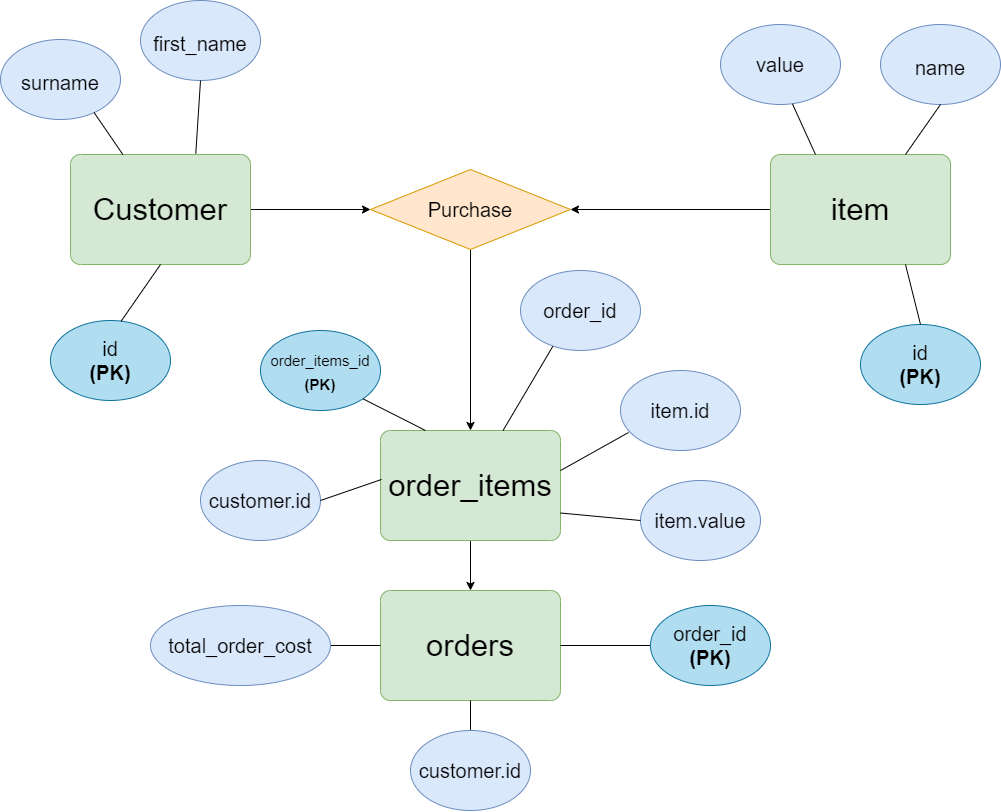
The draw.io diagram Documentation/Entity_Relationship_Model_Diagram.png in aliktb/IMS-Starter, before a commit. Source tidied: cells renumbered, new cells last; positions are measured from the earlier drawing's top-left corner, leaving out a move shared by most shapes. Source of this version:
```xml
<mxGraphModel>
  <root>
    <mxCell id="0" />
    <mxCell id="1" parent="0" />
    <mxCell id="2" style="edgeStyle=orthogonalEdgeStyle;rounded=0;jettySize=auto;html=1;exitX=1;exitY=0.5;exitDx=0;exitDy=0;entryX=0;entryY=0.5;entryDx=0;entryDy=0;fontSize=20;endArrow=classic;endFill=1;" parent="1" edge="1" source="3" target="19">
      <mxGeometry relative="1" as="geometry" />
    </mxCell>
    <mxCell id="3" value="Customer" style="rounded=1;whiteSpace=wrap;html=1;arcSize=9;fontSize=31;fillColor=#d5e8d4;strokeColor=#82b366;" parent="1" vertex="1">
      <mxGeometry x="70" y="154" width="180" height="110" as="geometry" />
    </mxCell>
    <mxCell id="4" value="&lt;font style=&quot;font-size: 20px&quot;&gt;first_name&lt;/font&gt;" style="ellipse;whiteSpace=wrap;html=1;fontSize=31;fillColor=#dae8fc;strokeColor=#6c8ebf;" parent="1" vertex="1">
      <mxGeometry x="140" width="120" height="80" as="geometry" />
    </mxCell>
    <mxCell id="5" value="&lt;font style=&quot;font-size: 20px&quot;&gt;surname&lt;/font&gt;" style="ellipse;whiteSpace=wrap;html=1;fontSize=31;fillColor=#dae8fc;strokeColor=#6c8ebf;" parent="1" vertex="1">
      <mxGeometry y="39" width="120" height="80" as="geometry" />
    </mxCell>
    <mxCell id="6" value="id&lt;br&gt;&lt;b&gt;(PK)&lt;/b&gt;" style="ellipse;whiteSpace=wrap;html=1;fontSize=20;fillColor=#b1ddf0;strokeColor=#10739e;" parent="1" vertex="1">
      <mxGeometry x="50" y="320" width="120" height="80" as="geometry" />
    </mxCell>
    <mxCell id="7" style="endArrow=none;html=1;rounded=0;fontSize=20;exitX=0.588;exitY=0.01;exitDx=0;exitDy=0;entryX=0.5;entryY=1;entryDx=0;entryDy=0;endFill=0;exitPerimeter=0;" parent="1" edge="1" source="6" target="3">
      <mxGeometry relative="1" as="geometry" />
    </mxCell>
    <mxCell id="8" style="endArrow=none;html=1;rounded=0;fontSize=20;exitX=0.78;exitY=0.913;exitDx=0;exitDy=0;endFill=0;exitPerimeter=0;" parent="1" edge="1" source="5" target="3">
      <mxGeometry relative="1" as="geometry" />
    </mxCell>
    <mxCell id="9" style="endArrow=none;html=1;rounded=0;fontSize=20;exitX=0.5;exitY=1;exitDx=0;exitDy=0;entryX=0.696;entryY=-0.008;entryDx=0;entryDy=0;entryPerimeter=0;endFill=0;" parent="1" edge="1" source="4" target="3">
      <mxGeometry relative="1" as="geometry" />
    </mxCell>
    <mxCell id="10" style="edgeStyle=orthogonalEdgeStyle;rounded=0;jettySize=auto;html=1;exitX=0;exitY=0.5;exitDx=0;exitDy=0;entryX=1;entryY=0.5;entryDx=0;entryDy=0;fontSize=20;endArrow=classic;endFill=1;" parent="1" edge="1" source="11" target="19">
      <mxGeometry relative="1" as="geometry" />
    </mxCell>
    <mxCell id="11" value="item" style="rounded=1;whiteSpace=wrap;html=1;arcSize=9;fontSize=31;fillColor=#d5e8d4;strokeColor=#82b366;" parent="1" vertex="1">
      <mxGeometry x="770" y="154" width="180" height="110" as="geometry" />
    </mxCell>
    <mxCell id="12" value="&lt;font style=&quot;font-size: 20px&quot;&gt;name&lt;/font&gt;" style="ellipse;whiteSpace=wrap;html=1;fontSize=31;fillColor=#dae8fc;strokeColor=#6c8ebf;" parent="1" vertex="1">
      <mxGeometry x="880" y="24" width="120" height="80" as="geometry" />
    </mxCell>
    <mxCell id="13" value="id&lt;br&gt;&lt;b&gt;(PK)&lt;/b&gt;" style="ellipse;whiteSpace=wrap;html=1;fontSize=20;fillColor=#b1ddf0;strokeColor=#10739e;" parent="1" vertex="1">
      <mxGeometry x="860" y="324" width="120" height="80" as="geometry" />
    </mxCell>
    <mxCell id="14" value="value" style="ellipse;whiteSpace=wrap;html=1;fontSize=20;fillColor=#dae8fc;strokeColor=#6c8ebf;" parent="1" vertex="1">
      <mxGeometry x="720" y="24" width="120" height="80" as="geometry" />
    </mxCell>
    <mxCell id="15" style="endArrow=none;html=1;rounded=0;fontSize=20;exitX=0.5;exitY=0;exitDx=0;exitDy=0;entryX=0.75;entryY=1;entryDx=0;entryDy=0;endFill=0;" parent="1" edge="1" source="13" target="11">
      <mxGeometry relative="1" as="geometry" />
    </mxCell>
    <mxCell id="16" style="endArrow=none;html=1;rounded=0;fontSize=20;entryX=0.5;entryY=1;entryDx=0;entryDy=0;exitX=0.75;exitY=0;exitDx=0;exitDy=0;" parent="1" edge="1" source="11" target="12">
      <mxGeometry relative="1" as="geometry" />
    </mxCell>
    <mxCell id="17" style="endArrow=none;html=1;rounded=0;fontSize=20;entryX=0.599;entryY=0.991;entryDx=0;entryDy=0;exitX=0.25;exitY=0;exitDx=0;exitDy=0;entryPerimeter=0;" parent="1" edge="1" source="11" target="14">
      <mxGeometry relative="1" as="geometry" />
    </mxCell>
    <mxCell id="18" style="edgeStyle=orthogonalEdgeStyle;rounded=0;jettySize=auto;html=1;exitX=0.5;exitY=1;exitDx=0;exitDy=0;entryX=0.5;entryY=0;entryDx=0;entryDy=0;fontSize=20;endArrow=classic;endFill=1;" parent="1" edge="1" source="19" target="21">
      <mxGeometry relative="1" as="geometry" />
    </mxCell>
    <mxCell id="19" value="Purchase" style="rhombus;whiteSpace=wrap;html=1;fontSize=20;fillColor=#ffe6cc;strokeColor=#d79b00;" parent="1" vertex="1">
      <mxGeometry x="370" y="169" width="200" height="80" as="geometry" />
    </mxCell>
    <mxCell id="20" style="edgeStyle=orthogonalEdgeStyle;rounded=0;jettySize=auto;html=1;exitX=0.5;exitY=1;exitDx=0;exitDy=0;entryX=0.5;entryY=0;entryDx=0;entryDy=0;fontSize=15;endArrow=classic;endFill=1;" parent="1" edge="1" source="21" target="28">
      <mxGeometry relative="1" as="geometry" />
    </mxCell>
    <mxCell id="21" value="order_items" style="rounded=1;whiteSpace=wrap;html=1;arcSize=9;fontSize=31;fillColor=#d5e8d4;strokeColor=#82b366;" parent="1" vertex="1">
      <mxGeometry x="380" y="430" width="180" height="110" as="geometry" />
    </mxCell>
    <mxCell id="22" value="customer.id" style="ellipse;whiteSpace=wrap;html=1;fontSize=20;fillColor=#dae8fc;strokeColor=#6c8ebf;" parent="1" vertex="1">
      <mxGeometry x="200" y="460" width="120" height="80" as="geometry" />
    </mxCell>
    <mxCell id="23" value="item.id" style="ellipse;whiteSpace=wrap;html=1;fontSize=20;fillColor=#dae8fc;strokeColor=#6c8ebf;" parent="1" vertex="1">
      <mxGeometry x="620" y="370" width="120" height="80" as="geometry" />
    </mxCell>
    <mxCell id="24" value="order_id" style="ellipse;whiteSpace=wrap;html=1;fontSize=20;fillColor=#dae8fc;strokeColor=#6c8ebf;" parent="1" vertex="1">
      <mxGeometry x="520" y="270" width="120" height="80" as="geometry" />
    </mxCell>
    <mxCell id="25" style="endArrow=none;html=1;rounded=0;fontSize=20;entryX=0.269;entryY=0.949;entryDx=0;entryDy=0;entryPerimeter=0;" parent="1" edge="1" source="21" target="24">
      <mxGeometry relative="1" as="geometry" />
    </mxCell>
    <mxCell id="26" value="&lt;font&gt;&lt;span style=&quot;font-size: 15px&quot;&gt;order_items_id&lt;/span&gt;&lt;br&gt;&lt;b&gt;&lt;font style=&quot;font-size: 15px&quot;&gt;(PK)&lt;/font&gt;&lt;/b&gt;&lt;br&gt;&lt;/font&gt;" style="ellipse;whiteSpace=wrap;html=1;fontSize=20;fillColor=#b1ddf0;strokeColor=#10739e;" parent="1" vertex="1">
      <mxGeometry x="260" y="330" width="120" height="80" as="geometry" />
    </mxCell>
    <mxCell id="27" style="endArrow=none;html=1;rounded=0;fontSize=15;exitX=1;exitY=1;exitDx=0;exitDy=0;entryX=0.25;entryY=0;entryDx=0;entryDy=0;" parent="1" edge="1" source="26" target="21">
      <mxGeometry relative="1" as="geometry" />
    </mxCell>
    <mxCell id="28" value="orders" style="rounded=1;whiteSpace=wrap;html=1;arcSize=9;fontSize=31;fillColor=#d5e8d4;strokeColor=#82b366;" parent="1" vertex="1">
      <mxGeometry x="380" y="590" width="180" height="110" as="geometry" />
    </mxCell>
    <mxCell id="29" style="edgeStyle=orthogonalEdgeStyle;rounded=0;jettySize=auto;html=1;fontSize=15;endArrow=none;endFill=0;" parent="1" edge="1" source="30" target="28">
      <mxGeometry relative="1" as="geometry" />
    </mxCell>
    <mxCell id="30" value="order_id&lt;br&gt;&lt;b&gt;(PK)&lt;/b&gt;" style="ellipse;whiteSpace=wrap;html=1;fontSize=20;fillColor=#b1ddf0;strokeColor=#10739e;" parent="1" vertex="1">
      <mxGeometry x="650" y="605" width="120" height="80" as="geometry" />
    </mxCell>
    <mxCell id="31" value="&lt;font style=&quot;font-size: 20px&quot;&gt;item.value&lt;/font&gt;" style="ellipse;whiteSpace=wrap;html=1;fontSize=15;fillColor=#dae8fc;strokeColor=#6c8ebf;" parent="1" vertex="1">
      <mxGeometry x="640" y="480" width="120" height="80" as="geometry" />
    </mxCell>
    <mxCell id="32" style="endArrow=none;html=1;rounded=0;fontSize=15;entryX=0;entryY=0.5;entryDx=0;entryDy=0;exitX=1;exitY=0.75;exitDx=0;exitDy=0;" parent="1" edge="1" source="21" target="31">
      <mxGeometry relative="1" as="geometry" />
    </mxCell>
    <mxCell id="33" style="endArrow=none;html=1;rounded=0;fontSize=15;entryX=0.067;entryY=0.775;entryDx=0;entryDy=0;exitX=1;exitY=0.364;exitDx=0;exitDy=0;exitPerimeter=0;entryPerimeter=0;" parent="1" edge="1" source="21" target="23">
      <mxGeometry relative="1" as="geometry" />
    </mxCell>
    <mxCell id="34" style="edgeStyle=orthogonalEdgeStyle;rounded=0;jettySize=auto;html=1;fontSize=20;endArrow=none;endFill=0;" parent="1" edge="1" source="35" target="28">
      <mxGeometry relative="1" as="geometry" />
    </mxCell>
    <mxCell id="35" value="total_order_cost" style="ellipse;whiteSpace=wrap;html=1;fontSize=20;fillColor=#dae8fc;strokeColor=#6c8ebf;" parent="1" vertex="1">
      <mxGeometry x="150" y="605" width="180" height="80" as="geometry" />
    </mxCell>
    <mxCell id="36" style="edgeStyle=orthogonalEdgeStyle;rounded=0;jettySize=auto;html=1;fontSize=20;endArrow=none;endFill=0;" parent="1" edge="1" source="37" target="28">
      <mxGeometry relative="1" as="geometry" />
    </mxCell>
    <mxCell id="37" value="customer.id" style="ellipse;whiteSpace=wrap;html=1;fontSize=20;fillColor=#dae8fc;strokeColor=#6c8ebf;" parent="1" vertex="1">
      <mxGeometry x="410" y="730" width="120" height="80" as="geometry" />
    </mxCell>
    <mxCell id="38" style="endArrow=none;html=1;rounded=0;entryX=1;entryY=0.5;entryDx=0;entryDy=0;exitX=0.006;exitY=0.445;exitDx=0;exitDy=0;exitPerimeter=0;" parent="1" edge="1" source="21" target="22">
      <mxGeometry relative="1" as="geometry" />
    </mxCell>
  </root>
</mxGraphModel>
```
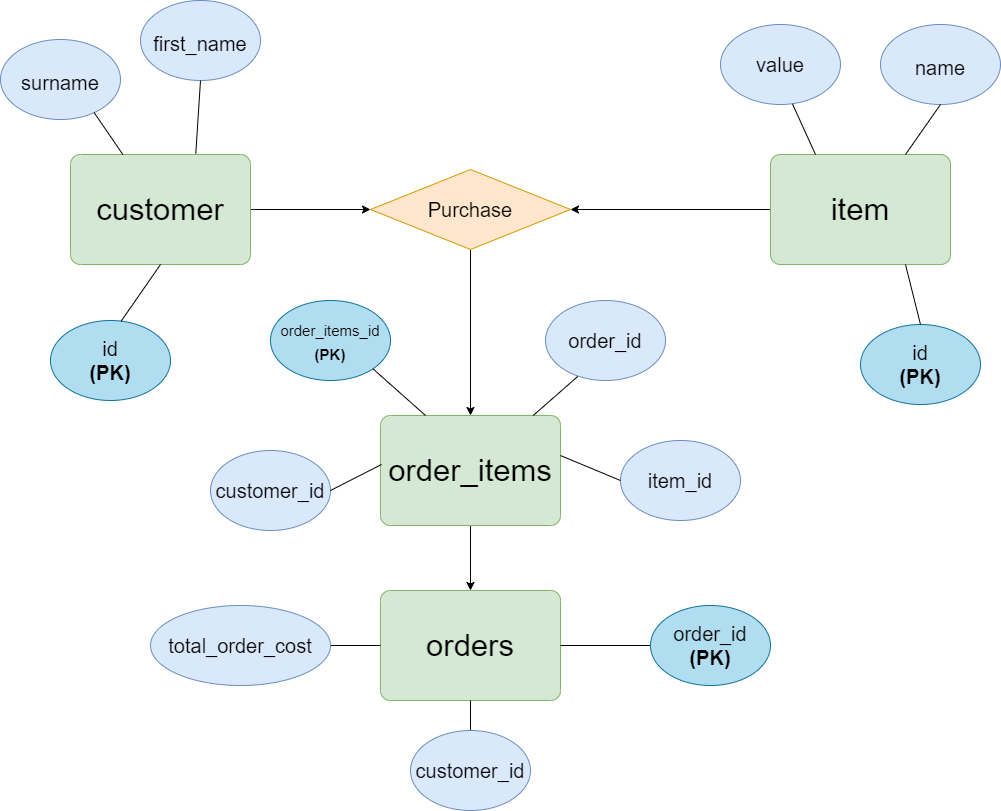
Above is the later version.

Change to the diagram source:
```diff
@@ -5,7 +5,7 @@
     <mxCell id="2" style="edgeStyle=orthogonalEdgeStyle;rounded=0;jettySize=auto;html=1;exitX=1;exitY=0.5;exitDx=0;exitDy=0;entryX=0;entryY=0.5;entryDx=0;entryDy=0;fontSize=20;endArrow=classic;endFill=1;" parent="1" edge="1" source="3" target="19">
       <mxGeometry relative="1" as="geometry" />
     </mxCell>
-    <mxCell id="3" value="Customer" style="rounded=1;whiteSpace=wrap;html=1;arcSize=9;fontSize=31;fillColor=#d5e8d4;strokeColor=#82b366;" parent="1" vertex="1">
+    <mxCell id="3" value="customer" style="rounded=1;whiteSpace=wrap;html=1;arcSize=9;fontSize=31;fillColor=#d5e8d4;strokeColor=#82b366;" parent="1" vertex="1">
       <mxGeometry x="70" y="154" width="180" height="110" as="geometry" />
     </mxCell>
     <mxCell id="4" value="&lt;font style=&quot;font-size: 20px&quot;&gt;first_name&lt;/font&gt;" style="ellipse;whiteSpace=wrap;html=1;fontSize=31;fillColor=#dae8fc;strokeColor=#6c8ebf;" parent="1" vertex="1">
@@ -60,22 +60,22 @@
       <mxGeometry relative="1" as="geometry" />
     </mxCell>
     <mxCell id="21" value="order_items" style="rounded=1;whiteSpace=wrap;html=1;arcSize=9;fontSize=31;fillColor=#d5e8d4;strokeColor=#82b366;" parent="1" vertex="1">
-      <mxGeometry x="380" y="430" width="180" height="110" as="geometry" />
+      <mxGeometry x="380" y="415" width="180" height="110" as="geometry" />
     </mxCell>
-    <mxCell id="22" value="customer.id" style="ellipse;whiteSpace=wrap;html=1;fontSize=20;fillColor=#dae8fc;strokeColor=#6c8ebf;" parent="1" vertex="1">
-      <mxGeometry x="200" y="460" width="120" height="80" as="geometry" />
+    <mxCell id="22" value="customer_id" style="ellipse;whiteSpace=wrap;html=1;fontSize=20;fillColor=#dae8fc;strokeColor=#6c8ebf;" parent="1" vertex="1">
+      <mxGeometry x="210" y="450" width="120" height="80" as="geometry" />
     </mxCell>
-    <mxCell id="23" value="item.id" style="ellipse;whiteSpace=wrap;html=1;fontSize=20;fillColor=#dae8fc;strokeColor=#6c8ebf;" parent="1" vertex="1">
-      <mxGeometry x="620" y="370" width="120" height="80" as="geometry" />
+    <mxCell id="23" value="item_id" style="ellipse;whiteSpace=wrap;html=1;fontSize=20;fillColor=#dae8fc;strokeColor=#6c8ebf;" parent="1" vertex="1">
+      <mxGeometry x="620" y="440" width="120" height="80" as="geometry" />
     </mxCell>
     <mxCell id="24" value="order_id" style="ellipse;whiteSpace=wrap;html=1;fontSize=20;fillColor=#dae8fc;strokeColor=#6c8ebf;" parent="1" vertex="1">
-      <mxGeometry x="520" y="270" width="120" height="80" as="geometry" />
+      <mxGeometry x="545" y="300" width="120" height="80" as="geometry" />
     </mxCell>
     <mxCell id="25" style="endArrow=none;html=1;rounded=0;fontSize=20;entryX=0.269;entryY=0.949;entryDx=0;entryDy=0;entryPerimeter=0;" parent="1" edge="1" source="21" target="24">
       <mxGeometry relative="1" as="geometry" />
     </mxCell>
     <mxCell id="26" value="&lt;font&gt;&lt;span style=&quot;font-size: 15px&quot;&gt;order_items_id&lt;/span&gt;&lt;br&gt;&lt;b&gt;&lt;font style=&quot;font-size: 15px&quot;&gt;(PK)&lt;/font&gt;&lt;/b&gt;&lt;br&gt;&lt;/font&gt;" style="ellipse;whiteSpace=wrap;html=1;fontSize=20;fillColor=#b1ddf0;strokeColor=#10739e;" parent="1" vertex="1">
-      <mxGeometry x="260" y="330" width="120" height="80" as="geometry" />
+      <mxGeometry x="270" y="300" width="120" height="80" as="geometry" />
     </mxCell>
     <mxCell id="27" style="endArrow=none;html=1;rounded=0;fontSize=15;exitX=1;exitY=1;exitDx=0;exitDy=0;entryX=0.25;entryY=0;entryDx=0;entryDy=0;" parent="1" edge="1" source="26" target="21">
       <mxGeometry relative="1" as="geometry" />
@@ -89,13 +89,7 @@
     <mxCell id="30" value="order_id&lt;br&gt;&lt;b&gt;(PK)&lt;/b&gt;" style="ellipse;whiteSpace=wrap;html=1;fontSize=20;fillColor=#b1ddf0;strokeColor=#10739e;" parent="1" vertex="1">
       <mxGeometry x="650" y="605" width="120" height="80" as="geometry" />
     </mxCell>
-    <mxCell id="31" value="&lt;font style=&quot;font-size: 20px&quot;&gt;item.value&lt;/font&gt;" style="ellipse;whiteSpace=wrap;html=1;fontSize=15;fillColor=#dae8fc;strokeColor=#6c8ebf;" parent="1" vertex="1">
-      <mxGeometry x="640" y="480" width="120" height="80" as="geometry" />
-    </mxCell>
-    <mxCell id="32" style="endArrow=none;html=1;rounded=0;fontSize=15;entryX=0;entryY=0.5;entryDx=0;entryDy=0;exitX=1;exitY=0.75;exitDx=0;exitDy=0;" parent="1" edge="1" source="21" target="31">
-      <mxGeometry relative="1" as="geometry" />
-    </mxCell>
-    <mxCell id="33" style="endArrow=none;html=1;rounded=0;fontSize=15;entryX=0.067;entryY=0.775;entryDx=0;entryDy=0;exitX=1;exitY=0.364;exitDx=0;exitDy=0;exitPerimeter=0;entryPerimeter=0;" parent="1" edge="1" source="21" target="23">
+    <mxCell id="33" style="endArrow=none;html=1;rounded=0;fontSize=15;entryX=0;entryY=0.5;entryDx=0;entryDy=0;exitX=1;exitY=0.364;exitDx=0;exitDy=0;exitPerimeter=0;" parent="1" edge="1" source="21" target="23">
       <mxGeometry relative="1" as="geometry" />
     </mxCell>
     <mxCell id="34" style="edgeStyle=orthogonalEdgeStyle;rounded=0;jettySize=auto;html=1;fontSize=20;endArrow=none;endFill=0;" parent="1" edge="1" source="35" target="28">
@@ -107,7 +101,7 @@
     <mxCell id="36" style="edgeStyle=orthogonalEdgeStyle;rounded=0;jettySize=auto;html=1;fontSize=20;endArrow=none;endFill=0;" parent="1" edge="1" source="37" target="28">
       <mxGeometry relative="1" as="geometry" />
     </mxCell>
-    <mxCell id="37" value="customer.id" style="ellipse;whiteSpace=wrap;html=1;fontSize=20;fillColor=#dae8fc;strokeColor=#6c8ebf;" parent="1" vertex="1">
+    <mxCell id="37" value="customer_id" style="ellipse;whiteSpace=wrap;html=1;fontSize=20;fillColor=#dae8fc;strokeColor=#6c8ebf;" parent="1" vertex="1">
       <mxGeometry x="410" y="730" width="120" height="80" as="geometry" />
     </mxCell>
     <mxCell id="38" style="endArrow=none;html=1;rounded=0;entryX=1;entryY=0.5;entryDx=0;entryDy=0;exitX=0.006;exitY=0.445;exitDx=0;exitDy=0;exitPerimeter=0;" parent="1" edge="1" source="21" target="22">
```
